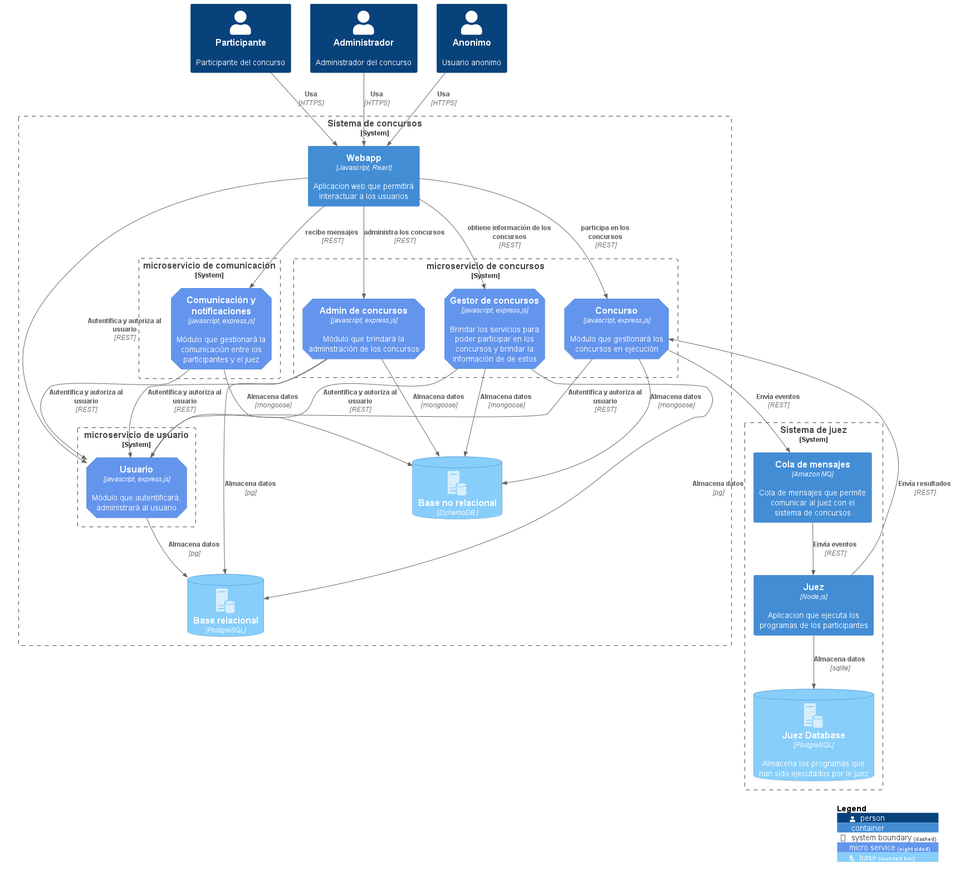
The PlantUML diagram diagrams/diagrama arquitectura.png in ulima-arqui-sw/arquisoftware-grupo02, before a commit.
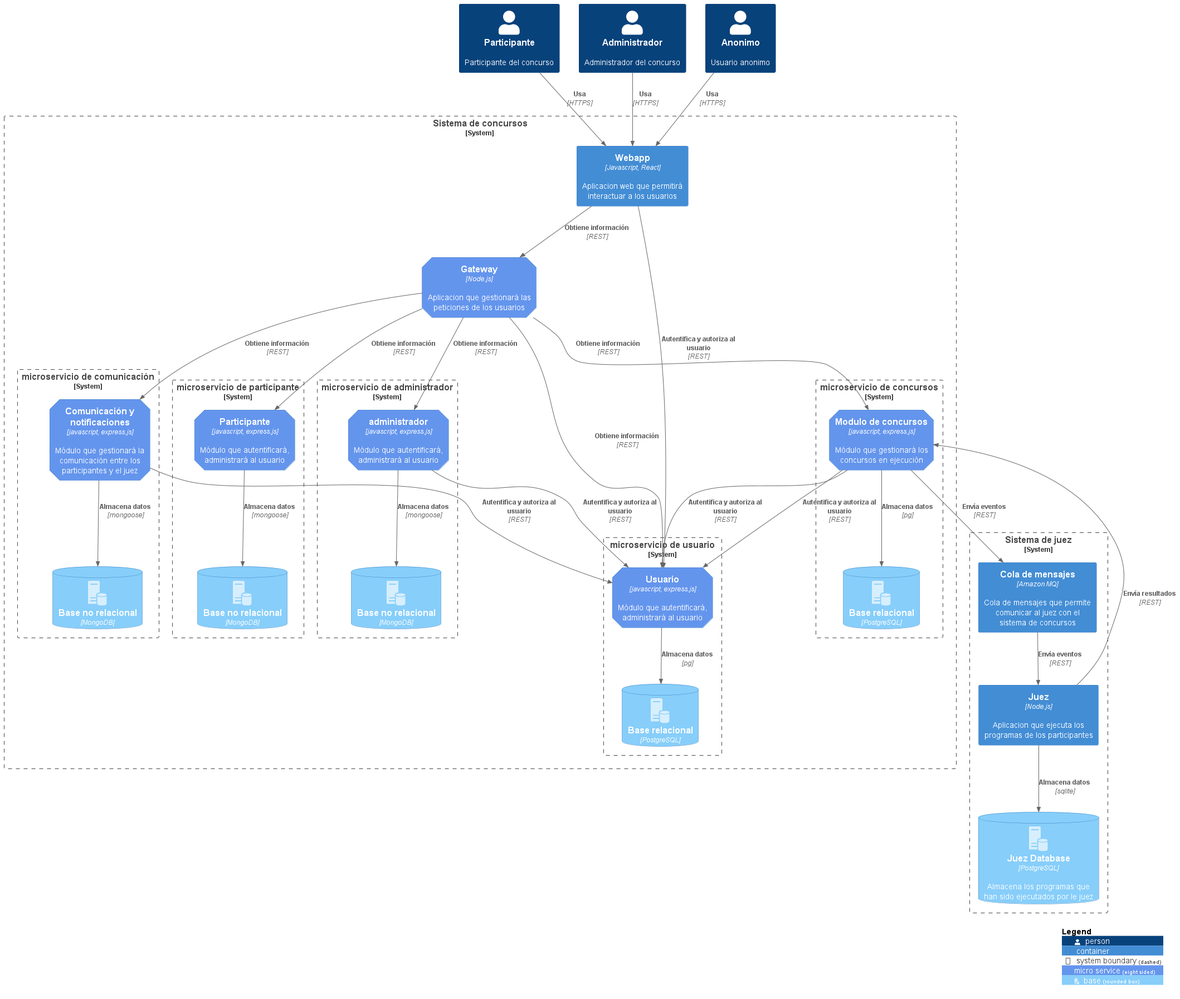
The same diagram one commit later.

Change to the diagram source:
```diff
@@ -23,22 +23,33 @@
 
 System_Boundary(c1, "Sistema de concursos") {
     Container(webapp, "Webapp", "Javascript, React", "Aplicacion web que permitirá interactuar a los usuarios")
+    Container(gateway, "Gateway", "Node.js", "Aplicacion que gestionará las peticiones de los usuarios", $tags = "servicios")
 
     System_Boundary(c1_1, "microservicio de concursos"){
-        Container(gestor_concursos, "Gestor de concursos", "javascript, express.js", "Brindar los servicios para poder participar en los concursos y brindar la información de de estos", $tags = "servicios")
-        Container(admin_concursos, "Admin de concursos", "javascript, express.js", "Módulo que brindará la adminstración de los concursos", $tags = "servicios")
-        Container(concurso, "Concurso", "javascript, express.js", "Módulo que gestionará los concursos en ejecución", $tags = "servicios")
+        Container(concurso, "Modulo de concursos", "javascript, express.js", "Módulo que gestionará los concursos en ejecución", $tags = "servicios")
+        ContainerDb(base_concurso, "Base relacional", "PostgreSQL", "", $tags = "base")
     }
 
     System_Boundary(c1_2, "microservicio de comunicación"){
         Container(comunicacion, "Comunicación y notificaciones", "javascript, express.js", "Módulo que gestionará la comunicación entre los participantes y el juez", $tags = "servicios")
+        ContainerDb(base_comunicacion, "Base no relacional", "MongoDB", "", $tags = "base")
     }
 
     System_Boundary(c1_3, "microservicio de usuario"){
         Container(auth, "Usuario", "javascript, express.js", "Módulo que autentificará, administrará al usuario", $tags = "servicios")
+        ContainerDb(base_usuario, "Base relacional", "PostgreSQL", "", $tags = "base")
     }
-    ContainerDb(norelational_db, "Base no relacional", "DynamoDB ", "", $tags = "base")
-    ContainerDb(relational_db, "Base relacional", "PostgreSQL", "", $tags = "base")
+
+    System_Boundary(c1_4, "microservicio de participante"){
+        Container(participante, "Participante", "javascript, express.js", "Módulo que autentificará, administrará al usuario", $tags = "servicios")
+        ContainerDb(base_participante, "Base no relacional", "MongoDB", "", $tags = "base")
+    }
+
+    System_Boundary(c1_5, "microservicio de administrador"){
+        Container(administrador, "administrador", "javascript, express.js", "Módulo que autentificará, administrará al usuario", $tags = "servicios")
+        ContainerDb(base_administrador, "Base no relacional", "MongoDB", "", $tags = "base")
+    }
+
 }
 
 System_Boundary(c2, "Sistema de juez"){
@@ -47,29 +58,29 @@
     ContainerDb(juez_db, "Juez Database", "PostgreSQL", "Almacena los programas que han sido ejecutados por le juez", $tags = "base")
 }
 
+Rel(webapp, gateway, "Obtiene información", "REST")
+Rel(gateway, concurso, "Obtiene información", "REST")
+Rel(gateway, comunicacion, "Obtiene información", "REST")
+Rel(gateway, auth, "Obtiene información", "REST")
+Rel(gateway, participante, "Obtiene información", "REST")
+Rel(gateway, administrador, "Obtiene información", "REST")
+Rel(concurso, base_concurso, "Almacena datos", "pg")
+Rel(comunicacion, base_comunicacion, "Almacena datos", "mongoose")
+Rel(auth, base_usuario, "Almacena datos", "pg")
+Rel(participante, base_participante, "Almacena datos", "mongoose")
+Rel(administrador, base_administrador, "Almacena datos", "mongoose")
+
+
 Rel(customer, webapp, "Usa", "HTTPS")
 Rel(admin, webapp, "Usa", "HTTPS")
 Rel(anonimo, webapp, "Usa", "HTTPS")
 
 Rel(webapp, auth, "Autentifica y autoriza al usuario", "REST")
-Rel(gestor_concursos, auth, "Autentifica y autoriza al usuario", "REST")
-Rel(admin_concursos, auth, "Autentifica y autoriza al usuario", "REST")
+Rel(concurso, auth, "Autentifica y autoriza al usuario", "REST")
+Rel(administrador, auth, "Autentifica y autoriza al usuario", "REST")
 Rel(concurso, auth, "Autentifica y autoriza al usuario", "REST")
 Rel(comunicacion, auth, "Autentifica y autoriza al usuario", "REST")
 
-Rel(webapp, comunicacion, "recibe mensajes", "REST")
-Rel(webapp, gestor_concursos, "obtiene información de los concursos", "REST")
-Rel(webapp, admin_concursos, "administra los concursos", "REST")
-Rel(webapp, concurso, "participa en los concursos", "REST")
-
-Rel(auth, relational_db, "Almacena datos", "pg")
-Rel(gestor_concursos, relational_db, "Almacena datos", "pg")
-Rel(admin_concursos, relational_db, "Almacena datos", "pg")
-
-Rel(gestor_concursos, norelational_db, "Almacena datos", "mongoose")
-Rel(admin_concursos, norelational_db, "Almacena datos", "mongoose")
-Rel(concurso, norelational_db, "Almacena datos", "mongoose")
-Rel(comunicacion, norelational_db, "Almacena datos", "mongoose")
 
 
 Rel(queue_juez, juez, "Envía eventos", "REST")
```
